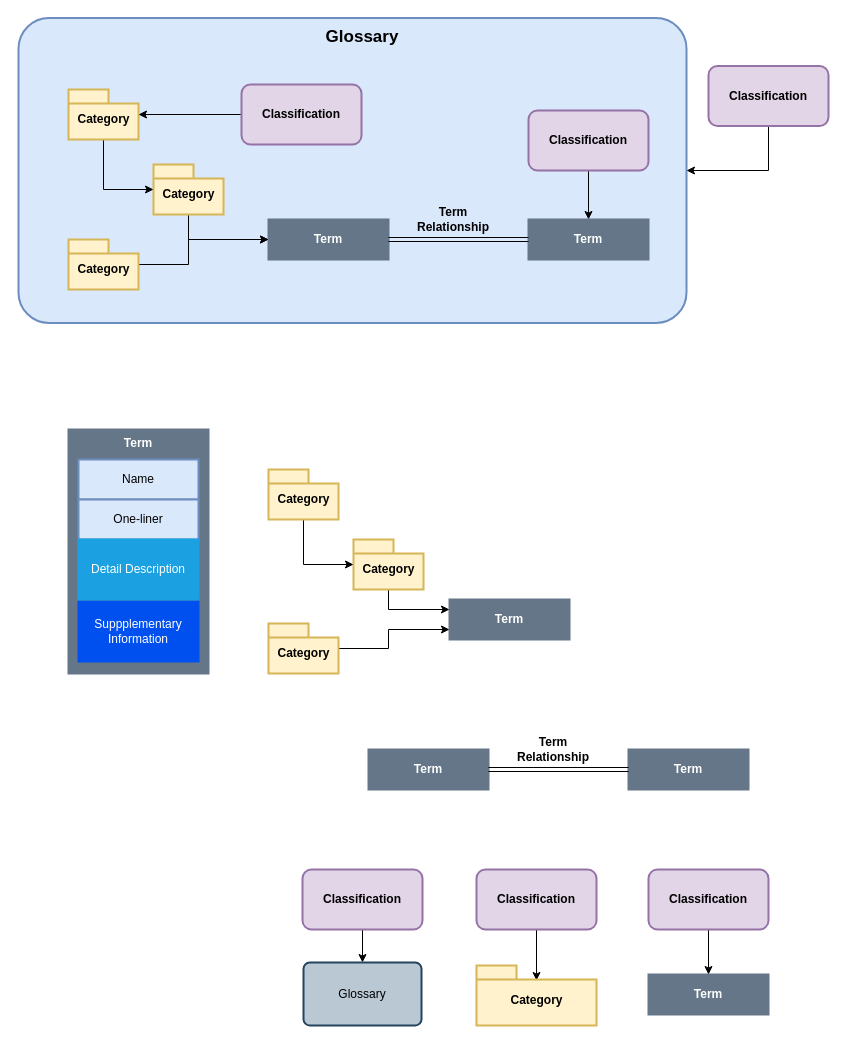
The draw.io diagram page "Parts of Glossary" (2 of 8) of site/docs/practices/common-data-definitions/semantic-knowledge-framework.drawio in odpi/egeria-docs, before the edit. Source tidied: cells renumbered, new cells numbered last; positions are measured from the earlier drawing's top-left corner, leaving out a move shared by most shapes. Both pictures are drawn from the tidied source at 100%, with x=0, y=0 at pixel (18, 17).
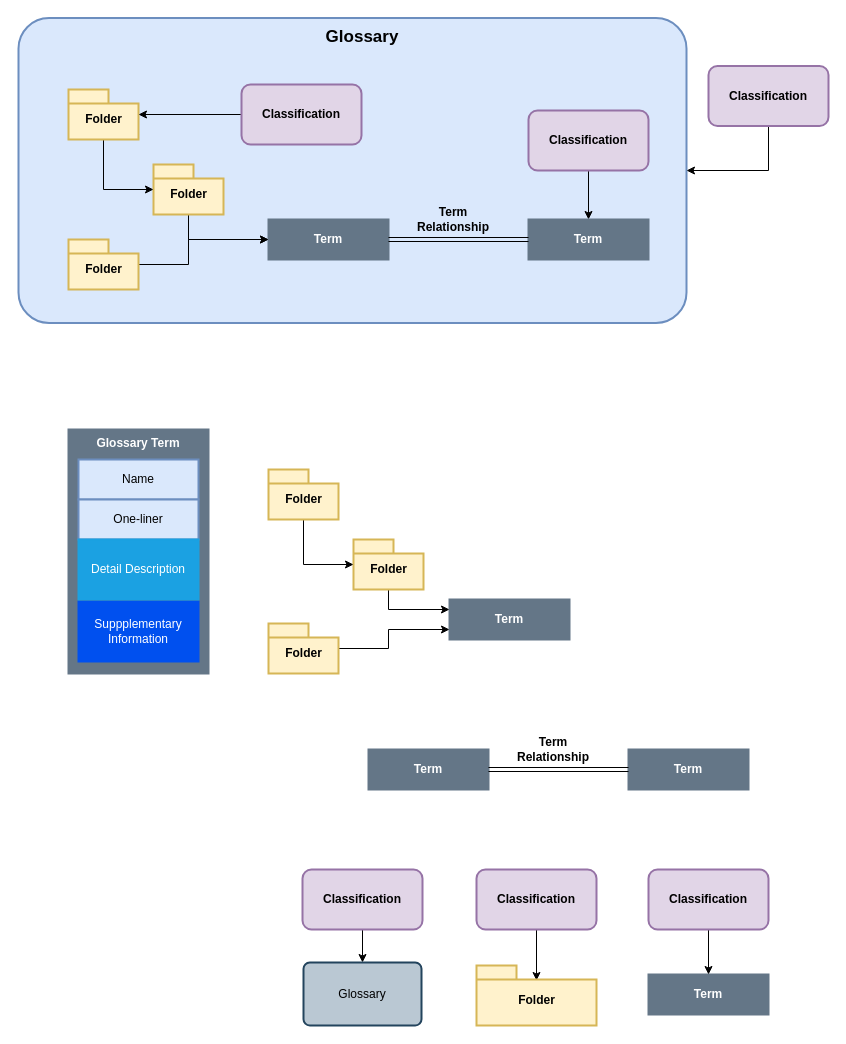
The same page after the edit.

Diff of the diagram source:
```diff
@@
-    <mxCell id="2" value="Term" style="rounded=0;whiteSpace=wrap;html=1;strokeWidth=2;fillColor=#647687;strokeColor=#647687;fontStyle=1;fontColor=#ffffff;verticalAlign=top;" parent="1" vertex="1">
+    <mxCell id="2" value="Glossary Term" style="rounded=0;whiteSpace=wrap;html=1;strokeWidth=2;fillColor=#647687;strokeColor=#647687;fontStyle=1;fontColor=#ffffff;verticalAlign=top;" parent="1" vertex="1">
       <mxGeometry x="50" y="412" width="140" height="244" as="geometry" />
     </mxCell>
@@
-    <mxCell id="6" value="Category" style="shape=folder;fontStyle=1;spacingTop=10;tabWidth=40;tabHeight=14;tabPosition=left;html=1;strokeWidth=2;fillColor=#fff2cc;strokeColor=#d6b656;" parent="1" vertex="1">
+    <mxCell id="6" value="Folder" style="shape=folder;fontStyle=1;spacingTop=10;tabWidth=40;tabHeight=14;tabPosition=left;html=1;strokeWidth=2;fillColor=#fff2cc;strokeColor=#d6b656;" parent="1" vertex="1">
       <mxGeometry x="135" y="147" width="70" height="50" as="geometry" />
     </mxCell>
@@
-    <mxCell id="8" value="Category" style="shape=folder;fontStyle=1;spacingTop=10;tabWidth=40;tabHeight=14;tabPosition=left;html=1;strokeWidth=2;fillColor=#fff2cc;strokeColor=#d6b656;" parent="1" vertex="1">
+    <mxCell id="8" value="Folder" style="shape=folder;fontStyle=1;spacingTop=10;tabWidth=40;tabHeight=14;tabPosition=left;html=1;strokeWidth=2;fillColor=#fff2cc;strokeColor=#d6b656;" parent="1" vertex="1">
       <mxGeometry x="50" y="72" width="70" height="50" as="geometry" />
     </mxCell>
@@
-    <mxCell id="10" value="Category" style="shape=folder;fontStyle=1;spacingTop=10;tabWidth=40;tabHeight=14;tabPosition=left;html=1;strokeWidth=2;fillColor=#fff2cc;strokeColor=#d6b656;" parent="1" vertex="1">
+    <mxCell id="10" value="Folder" style="shape=folder;fontStyle=1;spacingTop=10;tabWidth=40;tabHeight=14;tabPosition=left;html=1;strokeWidth=2;fillColor=#fff2cc;strokeColor=#d6b656;" parent="1" vertex="1">
       <mxGeometry x="50" y="222" width="70" height="50" as="geometry" />
     </mxCell>
@@
-    <mxCell id="24" value="Category" style="shape=folder;fontStyle=1;spacingTop=10;tabWidth=40;tabHeight=14;tabPosition=left;html=1;strokeWidth=2;fillColor=#fff2cc;strokeColor=#d6b656;" parent="1" vertex="1">
+    <mxCell id="24" value="Folder" style="shape=folder;fontStyle=1;spacingTop=10;tabWidth=40;tabHeight=14;tabPosition=left;html=1;strokeWidth=2;fillColor=#fff2cc;strokeColor=#d6b656;" parent="1" vertex="1">
       <mxGeometry x="335" y="522" width="70" height="50" as="geometry" />
     </mxCell>
@@
-    <mxCell id="26" value="Category" style="shape=folder;fontStyle=1;spacingTop=10;tabWidth=40;tabHeight=14;tabPosition=left;html=1;strokeWidth=2;fillColor=#fff2cc;strokeColor=#d6b656;" parent="1" vertex="1">
+    <mxCell id="26" value="Folder" style="shape=folder;fontStyle=1;spacingTop=10;tabWidth=40;tabHeight=14;tabPosition=left;html=1;strokeWidth=2;fillColor=#fff2cc;strokeColor=#d6b656;" parent="1" vertex="1">
       <mxGeometry x="250" y="452" width="70" height="50" as="geometry" />
     </mxCell>
@@
-    <mxCell id="28" value="Category" style="shape=folder;fontStyle=1;spacingTop=10;tabWidth=40;tabHeight=14;tabPosition=left;html=1;strokeWidth=2;fillColor=#fff2cc;strokeColor=#d6b656;" parent="1" vertex="1">
+    <mxCell id="28" value="Folder" style="shape=folder;fontStyle=1;spacingTop=10;tabWidth=40;tabHeight=14;tabPosition=left;html=1;strokeWidth=2;fillColor=#fff2cc;strokeColor=#d6b656;" parent="1" vertex="1">
       <mxGeometry x="250" y="606" width="70" height="50" as="geometry" />
     </mxCell>
@@
-    <mxCell id="45" value="Category" style="shape=folder;fontStyle=1;spacingTop=10;tabWidth=40;tabHeight=14;tabPosition=left;html=1;strokeWidth=2;fillColor=#fff2cc;strokeColor=#d6b656;" parent="1" vertex="1">
+    <mxCell id="45" value="Folder" style="shape=folder;fontStyle=1;spacingTop=10;tabWidth=40;tabHeight=14;tabPosition=left;html=1;strokeWidth=2;fillColor=#fff2cc;strokeColor=#d6b656;" parent="1" vertex="1">
       <mxGeometry x="458" y="948" width="120" height="60" as="geometry" />
     </mxCell>
```
